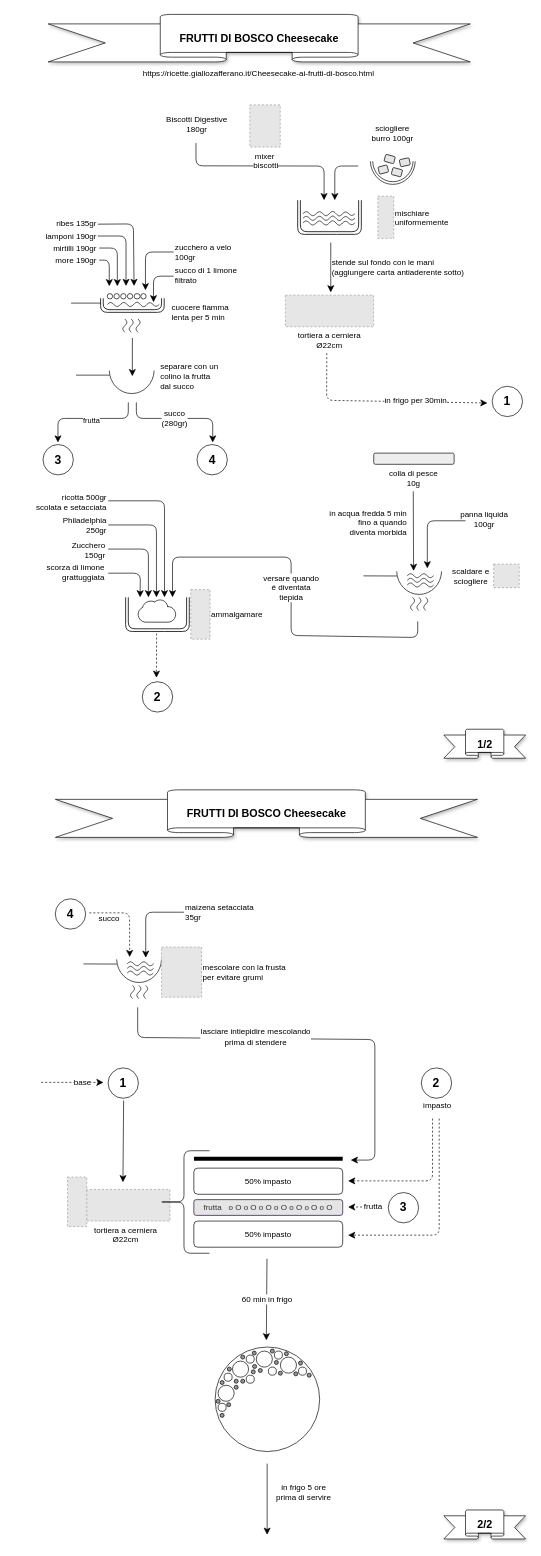
Above: frutti-di-bosco-cheesecake.drawio in nicolgit/drawio-cooking-shapes (draw.io), before the change. Source tidied: cells renumbered, new cells numbered last; positions are measured from the earlier drawing's top-left corner, leaving out a move shared by most shapes. Both pictures are drawn from the tidied source at 67%, with x=0, y=0 at pixel (11, 14). Pictures stored in the file or linked from it are replaced by grey dashed boxes.
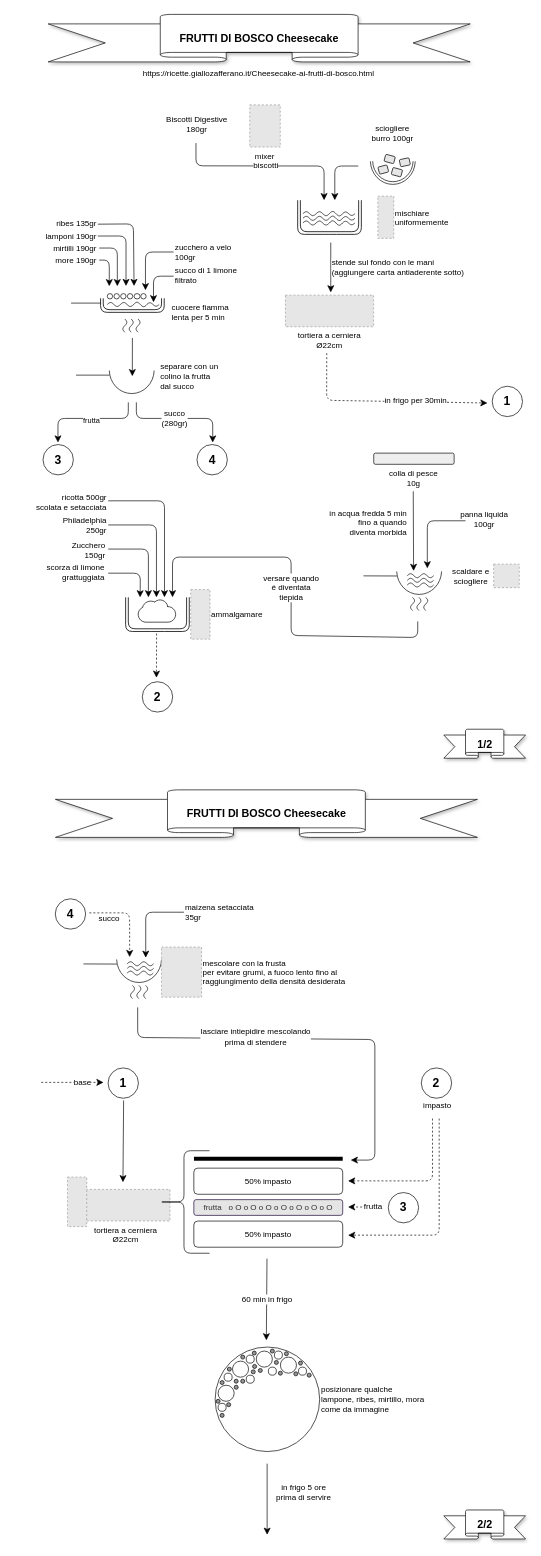
The same page after the edit.

Change to the diagram source:
```diff
@@
-    <mxCell id="64" style="ellipse;whiteSpace=wrap;html=1;" parent="1" vertex="1">
+    <mxCell id="64" value="posizionare qualche&lt;div&gt;lampone, ribes, mirtillo, mora&lt;/div&gt;&lt;div&gt;come da immagine&lt;/div&gt;" style="ellipse;whiteSpace=wrap;html=1;align=left;labelPosition=right;verticalLabelPosition=middle;verticalAlign=middle;" parent="1" vertex="1">
       <mxGeometry x="303.6" y="1989" width="156" height="156" as="geometry" />
     </mxCell>
@@
-    <mxCell id="162" value="mescolare con la frusta&#10;per evitare grumi" style="fillColor=#E6E6E6;strokeColor=#999999;dashed=1;verticalLabelPosition=middle;labelBackgroundColor=default;verticalAlign=middle;labelPosition=right;align=left;" parent="1" vertex="1">
+    <mxCell id="162" value="mescolare con la frusta&#10;per evitare grumi, a fuoco lento fino al &#10;raggiungimento della densitá desiderata" style="fillColor=#E6E6E6;strokeColor=#999999;dashed=1;verticalLabelPosition=middle;labelBackgroundColor=default;verticalAlign=middle;labelPosition=right;align=left;" parent="1" vertex="1">
       <mxGeometry x="223.6" y="1392" width="59.8" height="74.8" as="geometry" />
     </mxCell>
```
